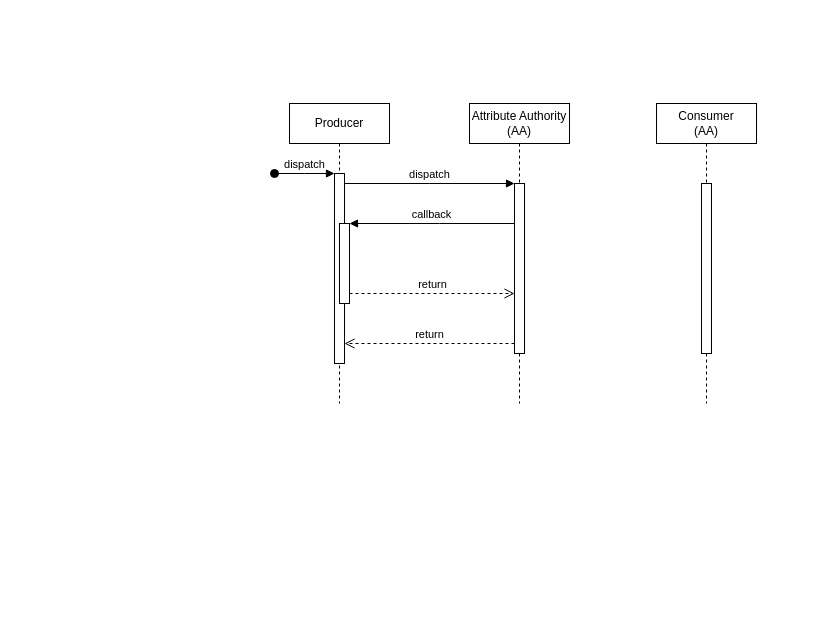
Before: seq-nac-revisit.drawio in dulalsaurab/NDNHealth, a draw.io diagram. Source tidied: cells renumbered, new cells numbered last; positions are measured from the earlier drawing's top-left corner, leaving out a move shared by most shapes. Both pictures are drawn from the tidied source at 100%, with x=0, y=0 at pixel (274, 103).
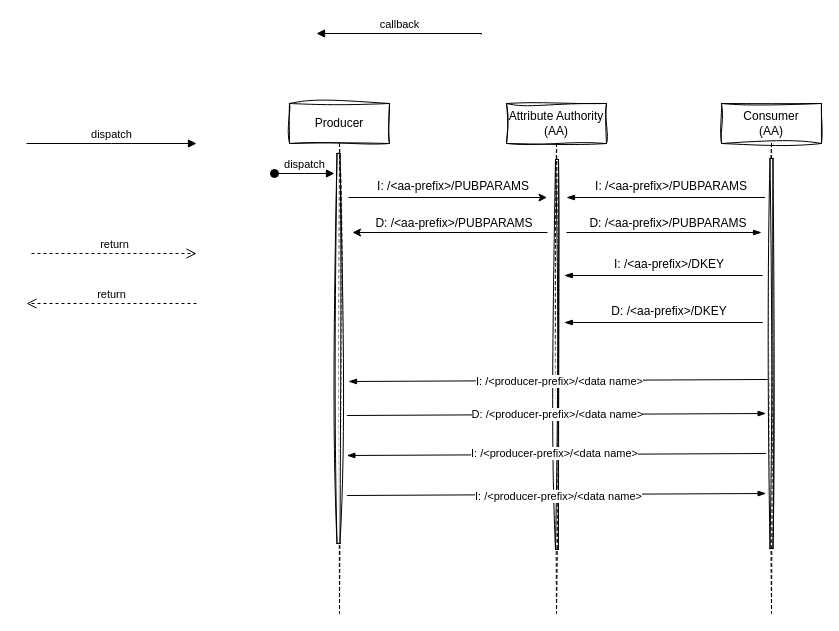
After the change.

Diff of the diagram source:
```diff
@@
-    <mxCell id="2" value="Producer" style="shape=umlLifeline;perimeter=lifelinePerimeter;whiteSpace=wrap;html=1;newEdgeStyle={&quot;edgeStyle&quot;:&quot;elbowEdgeStyle&quot;,&quot;elbow&quot;:&quot;vertical&quot;,&quot;curved&quot;:0,&quot;rounded&quot;:0};" parent="1" vertex="1">
-      <mxGeometry x="15" width="100" height="300" as="geometry" />
+    <mxCell id="2" value="Producer" style="shape=umlLifeline;perimeter=lifelinePerimeter;whiteSpace=wrap;html=1;newEdgeStyle={&quot;edgeStyle&quot;:&quot;elbowEdgeStyle&quot;,&quot;elbow&quot;:&quot;vertical&quot;,&quot;curved&quot;:0,&quot;rounded&quot;:0};sketch=1;curveFitting=1;jiggle=2;" parent="1" vertex="1">
+      <mxGeometry x="15" width="100" height="510" as="geometry" />
     </mxCell>
-    <mxCell id="3" style="html=1;points=[];perimeter=orthogonalPerimeter;outlineConnect=0;targetShapes=umlLifeline;portConstraint=eastwest;newEdgeStyle={&quot;edgeStyle&quot;:&quot;elbowEdgeStyle&quot;,&quot;elbow&quot;:&quot;vertical&quot;,&quot;curved&quot;:0,&quot;rounded&quot;:0};" parent="2" vertex="1">
-      <mxGeometry x="45" y="70" width="10" height="190" as="geometry" />
-    </mxCell>
-    <mxCell id="4" value="dispatch" style="html=1;verticalAlign=bottom;startArrow=oval;endArrow=block;startSize=8;edgeStyle=elbowEdgeStyle;elbow=vertical;curved=0;rounded=0;" parent="2" edge="1" target="3">
+    <mxCell id="4" value="dispatch" style="html=1;verticalAlign=bottom;startArrow=oval;endArrow=block;startSize=8;edgeStyle=elbowEdgeStyle;elbow=vertical;curved=0;rounded=0;" parent="2" edge="1">
       <mxGeometry relative="1" as="geometry">
         <mxPoint x="-15" y="70" as="sourcePoint" />
+        <mxPoint x="45" y="70" as="targetPoint" />
       </mxGeometry>
     </mxCell>
-    <mxCell id="5" style="html=1;points=[];perimeter=orthogonalPerimeter;outlineConnect=0;targetShapes=umlLifeline;portConstraint=eastwest;newEdgeStyle={&quot;edgeStyle&quot;:&quot;elbowEdgeStyle&quot;,&quot;elbow&quot;:&quot;vertical&quot;,&quot;curved&quot;:0,&quot;rounded&quot;:0};" parent="2" vertex="1">
-      <mxGeometry x="50" y="120" width="10" height="80" as="geometry" />
-    </mxCell>
+    <mxCell id="14" style="html=1;perimeter=orthogonalPerimeter;targetShapes=umlLifeline;newEdgeStyle={&quot;edgeStyle&quot;:&quot;elbowEdgeStyle&quot;,&quot;elbow&quot;:&quot;vertical&quot;,&quot;curved&quot;:0,&quot;rounded&quot;:0};rounded=0;sketch=1;curveFitting=1;jiggle=2;" parent="2" vertex="1">
+      <mxGeometry x="47.5" y="50" width="3" height="390" as="geometry" />
+    </mxCell>
-    <mxCell id="6" value="Attribute Authority&lt;br&gt;(AA)" style="shape=umlLifeline;perimeter=lifelinePerimeter;whiteSpace=wrap;html=1;newEdgeStyle={&quot;edgeStyle&quot;:&quot;elbowEdgeStyle&quot;,&quot;elbow&quot;:&quot;vertical&quot;,&quot;curved&quot;:0,&quot;rounded&quot;:0};" parent="1" vertex="1">
-      <mxGeometry x="195" width="100" height="300" as="geometry" />
+    <mxCell id="6" value="Attribute Authority&lt;br&gt;(AA)" style="shape=umlLifeline;perimeter=lifelinePerimeter;whiteSpace=wrap;html=1;newEdgeStyle={&quot;edgeStyle&quot;:&quot;elbowEdgeStyle&quot;,&quot;elbow&quot;:&quot;vertical&quot;,&quot;curved&quot;:0,&quot;rounded&quot;:0};sketch=1;curveFitting=1;jiggle=2;" parent="1" vertex="1">
+      <mxGeometry x="232" width="100" height="510" as="geometry" />
     </mxCell>
-    <mxCell id="7" style="html=1;points=[];perimeter=orthogonalPerimeter;outlineConnect=0;targetShapes=umlLifeline;portConstraint=eastwest;newEdgeStyle={&quot;edgeStyle&quot;:&quot;elbowEdgeStyle&quot;,&quot;elbow&quot;:&quot;vertical&quot;,&quot;curved&quot;:0,&quot;rounded&quot;:0};" parent="6" vertex="1">
-      <mxGeometry x="45" y="80" width="10" height="170" as="geometry" />
+    <mxCell id="7" style="html=1;points=[];perimeter=orthogonalPerimeter;outlineConnect=0;targetShapes=umlLifeline;portConstraint=eastwest;newEdgeStyle={&quot;edgeStyle&quot;:&quot;elbowEdgeStyle&quot;,&quot;elbow&quot;:&quot;vertical&quot;,&quot;curved&quot;:0,&quot;rounded&quot;:0};sketch=1;curveFitting=1;jiggle=2;" parent="6" vertex="1">
+      <mxGeometry x="49" y="56" width="3" height="390" as="geometry" />
     </mxCell>
-    <mxCell id="8" value="dispatch" style="html=1;verticalAlign=bottom;endArrow=block;edgeStyle=elbowEdgeStyle;elbow=vertical;curved=0;rounded=0;" parent="1" edge="1" source="3" target="7">
+    <mxCell id="8" value="dispatch" style="html=1;verticalAlign=bottom;endArrow=block;edgeStyle=elbowEdgeStyle;elbow=vertical;curved=0;rounded=0;" parent="1" edge="1">
       <mxGeometry relative="1" as="geometry">
+        <mxPoint x="-248" y="40" as="sourcePoint" />
+        <mxPoint x="-78" y="40" as="targetPoint" />
         <Array as="points">
-          <mxPoint x="155" y="80" />
+          <mxPoint x="-163" y="40" />
         </Array>
       </mxGeometry>
     </mxCell>
-    <mxCell id="9" value="return" style="html=1;verticalAlign=bottom;endArrow=open;dashed=1;endSize=8;edgeStyle=elbowEdgeStyle;elbow=vertical;curved=0;rounded=0;" parent="1" edge="1" source="7" target="3">
+    <mxCell id="9" value="return" style="html=1;verticalAlign=bottom;endArrow=open;dashed=1;endSize=8;edgeStyle=elbowEdgeStyle;elbow=vertical;curved=0;rounded=0;" parent="1" edge="1">
       <mxGeometry relative="1" as="geometry">
+        <mxPoint x="-78" y="200" as="sourcePoint" />
+        <mxPoint x="-248" y="200" as="targetPoint" />
         <Array as="points">
-          <mxPoint x="165" y="240" />
+          <mxPoint x="-153" y="200" />
         </Array>
       </mxGeometry>
     </mxCell>
-    <mxCell id="10" value="callback" style="html=1;verticalAlign=bottom;endArrow=block;edgeStyle=elbowEdgeStyle;elbow=vertical;curved=0;rounded=0;" parent="1" edge="1" source="7" target="5">
+    <mxCell id="10" value="callback" style="html=1;verticalAlign=bottom;endArrow=block;edgeStyle=elbowEdgeStyle;elbow=vertical;curved=0;rounded=0;" parent="1" edge="1">
       <mxGeometry relative="1" as="geometry">
+        <mxPoint x="207" y="-69" as="sourcePoint" />
+        <mxPoint x="42" y="-70" as="targetPoint" />
         <Array as="points">
-          <mxPoint x="165" y="120" />
+          <mxPoint x="132" y="-70" />
         </Array>
       </mxGeometry>
     </mxCell>
-    <mxCell id="11" value="return" style="html=1;verticalAlign=bottom;endArrow=open;dashed=1;endSize=8;edgeStyle=elbowEdgeStyle;elbow=vertical;curved=0;rounded=0;" parent="1" edge="1" source="5" target="7">
+    <mxCell id="11" value="return" style="html=1;verticalAlign=bottom;endArrow=open;dashed=1;endSize=8;edgeStyle=elbowEdgeStyle;elbow=vertical;curved=0;rounded=0;" parent="1" edge="1">
       <mxGeometry relative="1" as="geometry">
+        <mxPoint x="-243" y="150" as="sourcePoint" />
+        <mxPoint x="-78" y="150" as="targetPoint" />
         <Array as="points">
-          <mxPoint x="155" y="190" />
+          <mxPoint x="-163" y="150" />
         </Array>
       </mxGeometry>
     </mxCell>
-    <mxCell id="12" value="Consumer&lt;br&gt;(AA)" style="shape=umlLifeline;perimeter=lifelinePerimeter;whiteSpace=wrap;html=1;newEdgeStyle={&quot;edgeStyle&quot;:&quot;elbowEdgeStyle&quot;,&quot;elbow&quot;:&quot;vertical&quot;,&quot;curved&quot;:0,&quot;rounded&quot;:0};" parent="1" vertex="1">
-      <mxGeometry x="382" width="100" height="300" as="geometry" />
+    <mxCell id="12" value="Consumer&lt;br&gt;(AA)" style="shape=umlLifeline;perimeter=lifelinePerimeter;whiteSpace=wrap;html=1;newEdgeStyle={&quot;edgeStyle&quot;:&quot;elbowEdgeStyle&quot;,&quot;elbow&quot;:&quot;vertical&quot;,&quot;curved&quot;:0,&quot;rounded&quot;:0};sketch=1;curveFitting=1;jiggle=2;" parent="1" vertex="1">
+      <mxGeometry x="447" width="100" height="510" as="geometry" />
     </mxCell>
-    <mxCell id="13" style="html=1;perimeter=orthogonalPerimeter;targetShapes=umlLifeline;newEdgeStyle={&quot;edgeStyle&quot;:&quot;elbowEdgeStyle&quot;,&quot;elbow&quot;:&quot;vertical&quot;,&quot;curved&quot;:0,&quot;rounded&quot;:0};" parent="12" vertex="1">
-      <mxGeometry x="45" y="80" width="10" height="170" as="geometry" />
-    </mxCell>
+    <mxCell id="15" style="html=1;perimeter=orthogonalPerimeter;targetShapes=umlLifeline;newEdgeStyle={&quot;edgeStyle&quot;:&quot;elbowEdgeStyle&quot;,&quot;elbow&quot;:&quot;vertical&quot;,&quot;curved&quot;:0,&quot;rounded&quot;:0};sketch=1;curveFitting=1;jiggle=2;" parent="12" vertex="1">
+      <mxGeometry x="48.5" y="55" width="3" height="390" as="geometry" />
+    </mxCell>
+    <mxCell id="16" style="endArrow=classic;html=1;rounded=0;endSize=6;" parent="1" edge="1">
+      <mxGeometry relative="1" as="geometry">
+        <mxPoint x="74" y="94" as="sourcePoint" />
+        <mxPoint x="272.5" y="94" as="targetPoint" />
+      </mxGeometry>
+    </mxCell>
+    <mxCell id="17" style="endArrow=classic;html=1;rounded=0;strokeColor=default;jumpStyle=none;jumpSize=5;endSize=6;" parent="1" edge="1">
+      <mxGeometry relative="1" as="geometry">
+        <mxPoint x="273" y="129" as="sourcePoint" />
+        <mxPoint x="78" y="129" as="targetPoint" />
+      </mxGeometry>
+    </mxCell>
+    <mxCell id="18" value="I: /&amp;lt;aa-prefix&amp;gt;/PUBPARAMS" style="text;html=1;strokeColor=none;fillColor=none;align=center;verticalAlign=middle;whiteSpace=wrap;rounded=0;" parent="1" vertex="1">
+      <mxGeometry x="99" y="68" width="160" height="30" as="geometry" />
+    </mxCell>
+    <mxCell id="19" value="D: /&amp;lt;aa-prefix&amp;gt;/PUBPARAMS" style="text;html=1;strokeColor=none;fillColor=none;align=center;verticalAlign=middle;whiteSpace=wrap;rounded=0;" parent="1" vertex="1">
+      <mxGeometry x="100" y="105" width="160" height="30" as="geometry" />
+    </mxCell>
+    <mxCell id="20" style="endArrow=none;html=1;rounded=0;strokeColor=default;jumpStyle=none;jumpSize=5;endSize=6;endFill=0;startArrow=blockThin;startFill=1;" parent="1" edge="1">
+      <mxGeometry relative="1" as="geometry">
+        <mxPoint x="487" y="129" as="sourcePoint" />
+        <mxPoint x="292" y="129" as="targetPoint" />
+      </mxGeometry>
+    </mxCell>
+    <mxCell id="21" value="D: /&amp;lt;aa-prefix&amp;gt;/PUBPARAMS" style="text;html=1;strokeColor=none;fillColor=none;align=center;verticalAlign=middle;whiteSpace=wrap;rounded=0;" parent="1" vertex="1">
+      <mxGeometry x="314" y="105" width="160" height="30" as="geometry" />
+    </mxCell>
+    <mxCell id="22" style="endArrow=none;html=1;rounded=0;endSize=6;startArrow=blockThin;startFill=1;endFill=0;" parent="1" edge="1">
+      <mxGeometry relative="1" as="geometry">
+        <mxPoint x="292" y="94" as="sourcePoint" />
+        <mxPoint x="490.5" y="94" as="targetPoint" />
+      </mxGeometry>
+    </mxCell>
+    <mxCell id="23" value="I: /&amp;lt;aa-prefix&amp;gt;/PUBPARAMS" style="text;html=1;strokeColor=none;fillColor=none;align=center;verticalAlign=middle;whiteSpace=wrap;rounded=0;" parent="1" vertex="1">
+      <mxGeometry x="317" y="68" width="160" height="30" as="geometry" />
+    </mxCell>
+    <mxCell id="24" style="endArrow=none;html=1;rounded=0;endSize=6;startArrow=blockThin;startFill=1;endFill=0;" parent="1" edge="1">
+      <mxGeometry relative="1" as="geometry">
+        <mxPoint x="289.8" y="172" as="sourcePoint" />
+        <mxPoint x="488.2" y="172" as="targetPoint" />
+      </mxGeometry>
+    </mxCell>
+    <mxCell id="25" value="I: /&amp;lt;aa-prefix&amp;gt;/DKEY" style="text;html=1;strokeColor=none;fillColor=none;align=center;verticalAlign=middle;whiteSpace=wrap;rounded=0;" parent="1" vertex="1">
+      <mxGeometry x="314.8" y="146" width="160" height="30" as="geometry" />
+    </mxCell>
+    <mxCell id="26" style="endArrow=none;html=1;rounded=0;endSize=6;startArrow=blockThin;startFill=1;endFill=0;" parent="1" edge="1">
+      <mxGeometry relative="1" as="geometry">
+        <mxPoint x="74" y="278" as="sourcePoint" />
+        <mxPoint x="493.2" y="276" as="targetPoint" />
+      </mxGeometry>
+    </mxCell>
+    <mxCell id="27" value="I: /&amp;lt;producer-prefix&amp;gt;/&amp;lt;data name&amp;gt;" style="edgeLabel;html=1;align=center;verticalAlign=middle;" parent="26" vertex="1">
+      <mxGeometry x="0.13" y="-1" relative="1" as="geometry">
+        <mxPoint x="-27" as="offset" />
+      </mxGeometry>
+    </mxCell>
+    <mxCell id="28" style="endArrow=blockThin;html=1;rounded=0;endSize=6;startArrow=none;startFill=0;endFill=1;" parent="1" edge="1">
+      <mxGeometry relative="1" as="geometry">
+        <mxPoint x="72.4" y="312" as="sourcePoint" />
+        <mxPoint x="491.6" y="310" as="targetPoint" />
+      </mxGeometry>
+    </mxCell>
+    <mxCell id="29" style="endArrow=none;html=1;rounded=0;endSize=6;startArrow=blockThin;startFill=1;endFill=0;" parent="1" edge="1">
+      <mxGeometry relative="1" as="geometry">
+        <mxPoint x="72.4" y="352" as="sourcePoint" />
+        <mxPoint x="491.6" y="350" as="targetPoint" />
+      </mxGeometry>
+    </mxCell>
+    <mxCell id="30" value="I: /&amp;lt;producer-prefix&amp;gt;/&amp;lt;data name&amp;gt;" style="edgeLabel;html=1;align=center;verticalAlign=middle;" parent="29" vertex="1">
+      <mxGeometry x="-0.23" y="2" relative="1" as="geometry">
+        <mxPoint x="46" as="offset" />
+      </mxGeometry>
+    </mxCell>
+    <mxCell id="31" style="endArrow=blockThin;html=1;rounded=0;endSize=6;startArrow=none;startFill=0;endFill=1;" parent="1" edge="1">
+      <mxGeometry relative="1" as="geometry">
+        <mxPoint x="72.4" y="392" as="sourcePoint" />
+        <mxPoint x="491.6" y="390" as="targetPoint" />
+      </mxGeometry>
+    </mxCell>
+    <mxCell id="32" value="I: /&amp;lt;producer-prefix&amp;gt;/&amp;lt;data name&amp;gt;" style="edgeLabel;html=1;align=center;verticalAlign=middle;" parent="31" vertex="1">
+      <mxGeometry x="-0.16" y="-1" relative="1" as="geometry">
+        <mxPoint x="35" as="offset" />
+      </mxGeometry>
+    </mxCell>
+    <mxCell id="33" value="D: /&amp;lt;producer-prefix&amp;gt;/&amp;lt;data name&amp;gt;" style="edgeLabel;html=1;align=center;verticalAlign=middle;" parent="1" vertex="1">
+      <mxGeometry x="282" y="310" as="geometry" />
+    </mxCell>
+    <mxCell id="34" style="endArrow=none;html=1;rounded=0;endSize=6;startArrow=blockThin;startFill=1;endFill=0;" parent="1" edge="1">
+      <mxGeometry relative="1" as="geometry">
+        <mxPoint x="289.8" y="219" as="sourcePoint" />
+        <mxPoint x="488.2" y="219" as="targetPoint" />
+      </mxGeometry>
+    </mxCell>
+    <mxCell id="35" value="D: /&amp;lt;aa-prefix&amp;gt;/DKEY" style="text;html=1;strokeColor=none;fillColor=none;align=center;verticalAlign=middle;whiteSpace=wrap;rounded=0;" parent="1" vertex="1">
+      <mxGeometry x="314.8" y="193" width="160" height="30" as="geometry" />
+    </mxCell>
```
